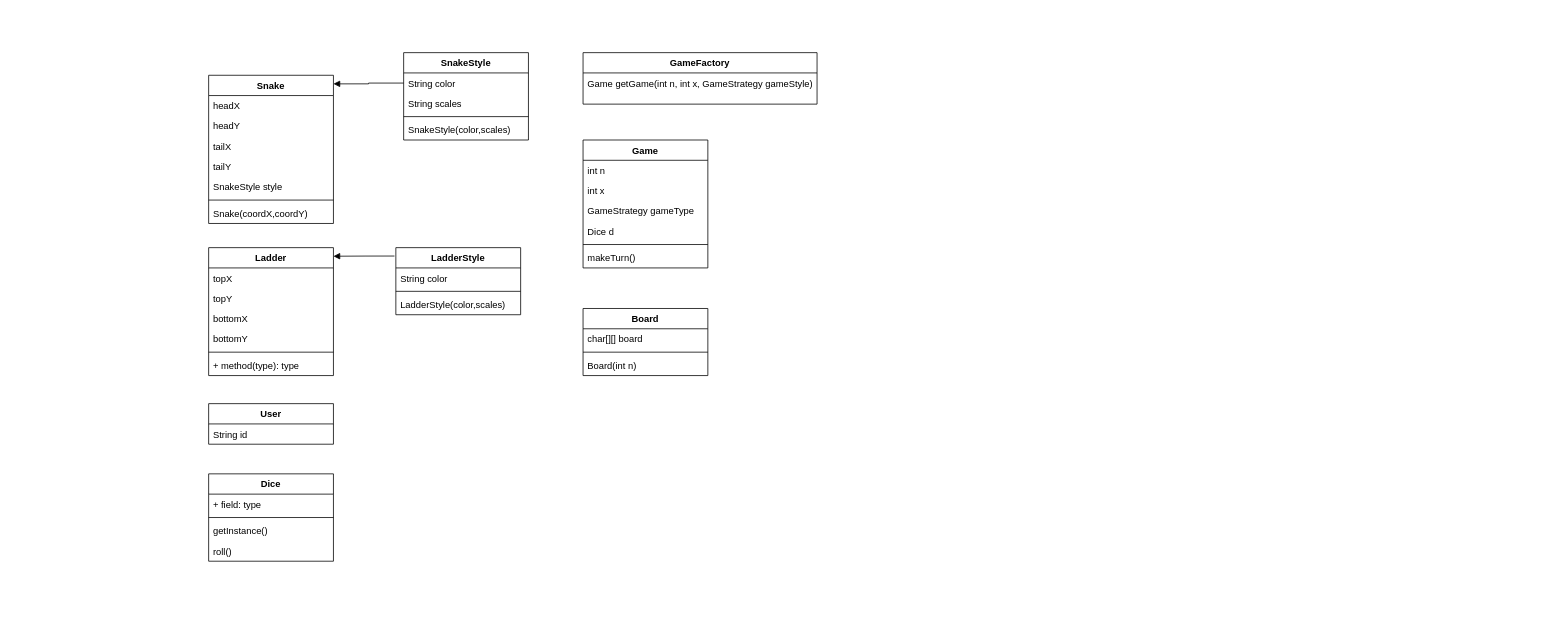
Above: Snakes_Ladders_LLD.drawio in akshat-code21/snakes_ladders (draw.io), before the change. Source tidied: cells renumbered, new cells numbered last; positions are measured from the earlier drawing's top-left corner, leaving out a move shared by most shapes. Both pictures are drawn from the tidied source at 78%, with x=0, y=0 at pixel (208, 52).
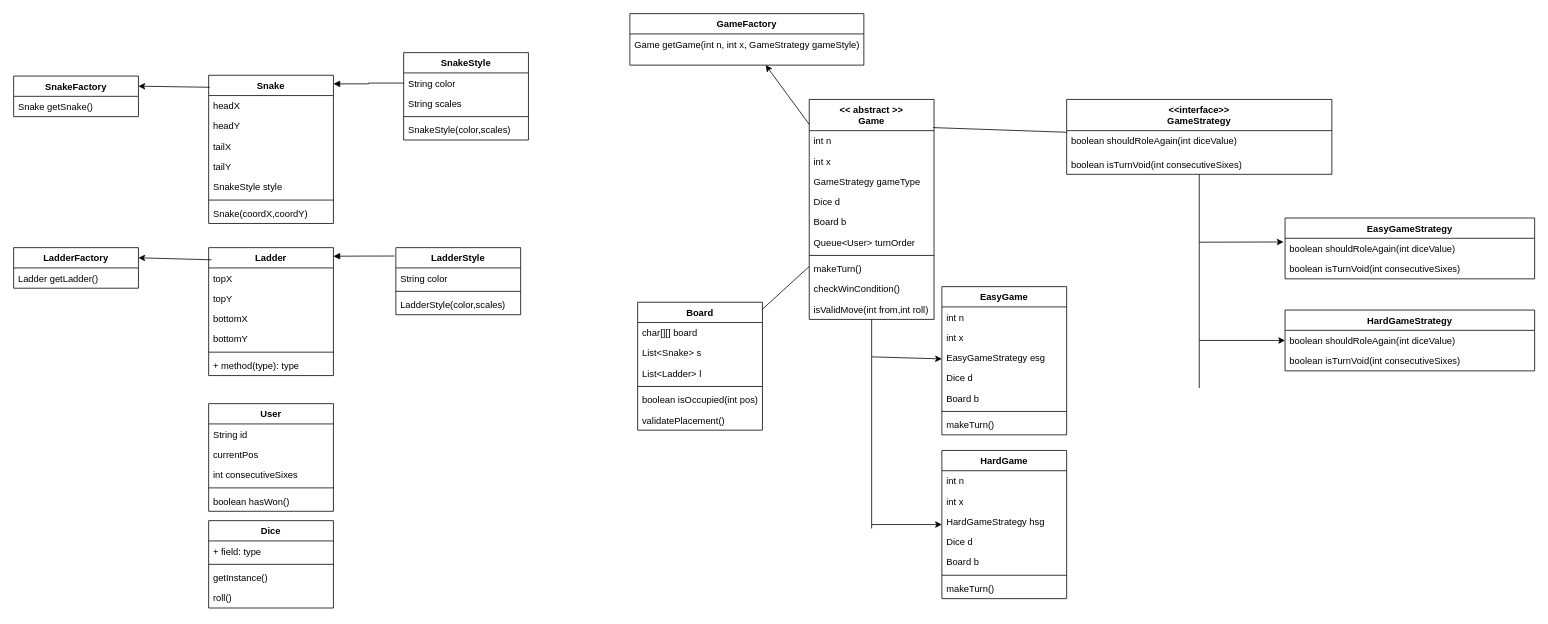
After the change.

Unchanged cells that the change refers to:
```xml
<mxCell id="15" value="Snake" style="swimlane;fontStyle=1;align=center;verticalAlign=top;horizontal=1;startSize=26;whiteSpace=wrap;html=1;" parent="1" vertex="1">
  <mxGeometry y="29" width="160" height="190" as="geometry" />
</mxCell>
<mxCell id="23" value="Ladder" style="swimlane;fontStyle=1;align=center;verticalAlign=top;horizontal=1;startSize=26;whiteSpace=wrap;html=1;" parent="1" vertex="1">
  <mxGeometry y="250" width="160" height="164" as="geometry" />
</mxCell>
```

The edit, as a diff of the source:
```diff
@@
-    <mxCell id="2" value="User" style="swimlane;fontStyle=1;align=center;verticalAlign=top;horizontal=1;startSize=26;whiteSpace=wrap;html=1;" parent="1" vertex="1">
-      <mxGeometry y="450" width="160" height="52" as="geometry" />
-    </mxCell>
-    <mxCell id="3" value="String id" style="text;strokeColor=none;fillColor=none;align=left;verticalAlign=top;spacingLeft=4;spacingRight=4;overflow=hidden;whiteSpace=wrap;html=1;" parent="2" vertex="1">
-      <mxGeometry y="26" width="160" height="26" as="geometry" />
-    </mxCell>
     <mxCell id="4" value="Board" style="swimlane;fontStyle=1;align=center;verticalAlign=top;horizontal=1;startSize=26;whiteSpace=wrap;html=1;" parent="1" vertex="1">
-      <mxGeometry x="480" y="328" width="160" height="86" as="geometry" />
+      <mxGeometry x="550" y="320" width="160" height="164" as="geometry" />
     </mxCell>
@@
+    <mxCell id="48" value="List&amp;lt;Snake&amp;gt; s" style="text;strokeColor=none;fillColor=none;align=left;verticalAlign=top;spacingLeft=4;spacingRight=4;overflow=hidden;whiteSpace=wrap;html=1;" parent="4" vertex="1">
+      <mxGeometry y="52" width="160" height="26" as="geometry" />
+    </mxCell>
+    <mxCell id="49" value="List&amp;lt;Ladder&amp;gt; l" style="text;strokeColor=none;fillColor=none;align=left;verticalAlign=top;spacingLeft=4;spacingRight=4;overflow=hidden;whiteSpace=wrap;html=1;" parent="4" vertex="1">
+      <mxGeometry y="78" width="160" height="26" as="geometry" />
+    </mxCell>
     <mxCell id="6" style="line;strokeWidth=1;fillColor=none;align=left;verticalAlign=middle;spacingTop=-1;spacingLeft=3;spacingRight=3;labelPosition=right;strokeColor=inherit;" parent="4" vertex="1">
-      <mxGeometry y="52" width="160" height="8" as="geometry" />
+      <mxGeometry y="104" width="160" height="8" as="geometry" />
     </mxCell>
-    <mxCell id="7" value="Board(int n)" style="text;strokeColor=none;fillColor=none;align=left;verticalAlign=top;spacingLeft=4;spacingRight=4;overflow=hidden;whiteSpace=wrap;html=1;" parent="4" vertex="1">
-      <mxGeometry y="60" width="160" height="26" as="geometry" />
+    <mxCell id="7" value="boolean isOccupied(int pos)" style="text;strokeColor=none;fillColor=none;align=left;verticalAlign=top;spacingLeft=4;spacingRight=4;overflow=hidden;whiteSpace=wrap;html=1;" parent="4" vertex="1">
+      <mxGeometry y="112" width="160" height="26" as="geometry" />
     </mxCell>
+    <mxCell id="50" value="validatePlacement()" style="text;strokeColor=none;fillColor=none;align=left;verticalAlign=top;spacingLeft=4;spacingRight=4;overflow=hidden;whiteSpace=wrap;html=1;" parent="4" vertex="1">
+      <mxGeometry y="138" width="160" height="26" as="geometry" />
+    </mxCell>
-    <mxCell id="8" value="Game" style="swimlane;fontStyle=1;align=center;verticalAlign=top;horizontal=1;startSize=26;whiteSpace=wrap;html=1;" parent="1" vertex="1">
-      <mxGeometry x="480" y="112" width="160" height="164" as="geometry" />
+    <mxCell id="8" value="&amp;lt;&amp;lt; abstract &amp;gt;&amp;gt;&lt;div&gt;Game&lt;/div&gt;" style="swimlane;fontStyle=1;align=center;verticalAlign=top;horizontal=1;startSize=40;whiteSpace=wrap;html=1;" parent="1" vertex="1">
+      <mxGeometry x="770" y="60" width="160" height="282" as="geometry" />
     </mxCell>
     <mxCell id="9" value="int n&lt;div&gt;&lt;br&gt;&lt;/div&gt;" style="text;strokeColor=none;fillColor=none;align=left;verticalAlign=top;spacingLeft=4;spacingRight=4;overflow=hidden;whiteSpace=wrap;html=1;" parent="8" vertex="1">
-      <mxGeometry y="26" width="160" height="26" as="geometry" />
+      <mxGeometry y="40" width="160" height="26" as="geometry" />
     </mxCell>
     <mxCell id="10" value="int x" style="text;strokeColor=none;fillColor=none;align=left;verticalAlign=top;spacingLeft=4;spacingRight=4;overflow=hidden;whiteSpace=wrap;html=1;" parent="8" vertex="1">
-      <mxGeometry y="52" width="160" height="26" as="geometry" />
+      <mxGeometry y="66" width="160" height="26" as="geometry" />
     </mxCell>
     <mxCell id="11" value="GameStrategy gameType" style="text;strokeColor=none;fillColor=none;align=left;verticalAlign=top;spacingLeft=4;spacingRight=4;overflow=hidden;whiteSpace=wrap;html=1;" parent="8" vertex="1">
-      <mxGeometry y="78" width="160" height="26" as="geometry" />
+      <mxGeometry y="92" width="160" height="26" as="geometry" />
     </mxCell>
     <mxCell id="12" value="Dice d" style="text;strokeColor=none;fillColor=none;align=left;verticalAlign=top;spacingLeft=4;spacingRight=4;overflow=hidden;whiteSpace=wrap;html=1;" parent="8" vertex="1">
-      <mxGeometry y="104" width="160" height="26" as="geometry" />
+      <mxGeometry y="118" width="160" height="26" as="geometry" />
     </mxCell>
+    <mxCell id="51" value="Board b" style="text;strokeColor=none;fillColor=none;align=left;verticalAlign=top;spacingLeft=4;spacingRight=4;overflow=hidden;whiteSpace=wrap;html=1;" parent="8" vertex="1">
+      <mxGeometry y="144" width="160" height="26" as="geometry" />
+    </mxCell>
+    <mxCell id="52" value="Queue&amp;lt;User&amp;gt; turnOrder" style="text;strokeColor=none;fillColor=none;align=left;verticalAlign=top;spacingLeft=4;spacingRight=4;overflow=hidden;whiteSpace=wrap;html=1;" parent="8" vertex="1">
+      <mxGeometry y="170" width="160" height="26" as="geometry" />
+    </mxCell>
     <mxCell id="13" style="line;strokeWidth=1;fillColor=none;align=left;verticalAlign=middle;spacingTop=-1;spacingLeft=3;spacingRight=3;labelPosition=right;strokeColor=inherit;" parent="8" vertex="1">
-      <mxGeometry y="130" width="160" height="8" as="geometry" />
+      <mxGeometry y="196" width="160" height="8" as="geometry" />
     </mxCell>
     <mxCell id="14" value="makeTurn()" style="text;strokeColor=none;fillColor=none;align=left;verticalAlign=top;spacingLeft=4;spacingRight=4;overflow=hidden;whiteSpace=wrap;html=1;" parent="8" vertex="1">
-      <mxGeometry y="138" width="160" height="26" as="geometry" />
+      <mxGeometry y="204" width="160" height="26" as="geometry" />
     </mxCell>
+    <mxCell id="53" value="checkWinCondition()" style="text;strokeColor=none;fillColor=none;align=left;verticalAlign=top;spacingLeft=4;spacingRight=4;overflow=hidden;whiteSpace=wrap;html=1;" parent="8" vertex="1">
+      <mxGeometry y="230" width="160" height="26" as="geometry" />
+    </mxCell>
+    <mxCell id="54" value="isValidMove(int from,int roll)" style="text;strokeColor=none;fillColor=none;align=left;verticalAlign=top;spacingLeft=4;spacingRight=4;overflow=hidden;whiteSpace=wrap;html=1;" parent="8" vertex="1">
+      <mxGeometry y="256" width="160" height="26" as="geometry" />
+    </mxCell>
@@
     <mxCell id="41" value="Dice" style="swimlane;fontStyle=1;align=center;verticalAlign=top;horizontal=1;startSize=26;whiteSpace=wrap;html=1;" parent="1" vertex="1">
-      <mxGeometry y="540" width="160" height="112" as="geometry" />
+      <mxGeometry y="600" width="160" height="112" as="geometry" />
     </mxCell>
@@
     <mxCell id="46" value="GameFactory" style="swimlane;fontStyle=1;align=center;verticalAlign=top;horizontal=1;startSize=26;whiteSpace=wrap;html=1;" parent="1" vertex="1">
-      <mxGeometry x="480" width="300" height="66" as="geometry" />
+      <mxGeometry x="540" y="-50" width="300" height="66" as="geometry" />
     </mxCell>
@@
+    <mxCell id="55" value="LadderFactory" style="swimlane;fontStyle=1;align=center;verticalAlign=top;horizontal=1;startSize=26;whiteSpace=wrap;html=1;" parent="1" vertex="1">
+      <mxGeometry x="-250" y="250" width="160" height="52" as="geometry" />
+    </mxCell>
+    <mxCell id="56" value="Ladder getLadder()" style="text;strokeColor=none;fillColor=none;align=left;verticalAlign=top;spacingLeft=4;spacingRight=4;overflow=hidden;whiteSpace=wrap;html=1;" parent="55" vertex="1">
+      <mxGeometry y="26" width="160" height="26" as="geometry" />
+    </mxCell>
+    <mxCell id="57" style="edgeStyle=none;jettySize=auto;html=1;rounded=0;entryX=1;entryY=0.25;entryDx=0;entryDy=0;exitX=0.024;exitY=0.095;exitDx=0;exitDy=0;exitPerimeter=0;" parent="1" edge="1" source="23" target="55">
+      <mxGeometry relative="1" as="geometry" />
+    </mxCell>
+    <mxCell id="58" value="SnakeFactory" style="swimlane;fontStyle=1;align=center;verticalAlign=top;horizontal=1;startSize=26;whiteSpace=wrap;html=1;" parent="1" vertex="1">
+      <mxGeometry x="-250" y="30" width="160" height="52" as="geometry" />
+    </mxCell>
+    <mxCell id="59" value="Snake getSnake()" style="text;strokeColor=none;fillColor=none;align=left;verticalAlign=top;spacingLeft=4;spacingRight=4;overflow=hidden;whiteSpace=wrap;html=1;" parent="58" vertex="1">
+      <mxGeometry y="26" width="160" height="26" as="geometry" />
+    </mxCell>
+    <mxCell id="60" style="edgeStyle=none;jettySize=auto;html=1;rounded=0;entryX=1;entryY=0.25;entryDx=0;entryDy=0;exitX=0.009;exitY=0.081;exitDx=0;exitDy=0;exitPerimeter=0;" parent="1" edge="1" source="15" target="58">
+      <mxGeometry relative="1" as="geometry" />
+    </mxCell>
+    <mxCell id="61" value="&amp;lt;&amp;lt;interface&amp;gt;&amp;gt;&lt;div&gt;GameStrategy&lt;/div&gt;" style="swimlane;fontStyle=1;align=center;verticalAlign=top;horizontal=1;startSize=40;whiteSpace=wrap;html=1;" parent="1" vertex="1">
+      <mxGeometry x="1100" y="60" width="340" height="96" as="geometry" />
+    </mxCell>
+    <mxCell id="62" value="boolean shouldRoleAgain(int diceValue)" style="text;strokeColor=none;fillColor=none;align=left;verticalAlign=top;spacingLeft=4;spacingRight=4;overflow=hidden;whiteSpace=wrap;html=1;" parent="61" vertex="1">
+      <mxGeometry y="40" width="340" height="30" as="geometry" />
+    </mxCell>
+    <mxCell id="63" value="boolean isTurnVoid(int consecutiveSixes)" style="text;strokeColor=none;fillColor=none;align=left;verticalAlign=top;spacingLeft=4;spacingRight=4;overflow=hidden;whiteSpace=wrap;html=1;" parent="61" vertex="1">
+      <mxGeometry y="70" width="340" height="26" as="geometry" />
+    </mxCell>
+    <mxCell id="64" value="EasyGameStrategy" style="swimlane;fontStyle=1;align=center;verticalAlign=top;horizontal=1;startSize=26;whiteSpace=wrap;html=1;" parent="1" vertex="1">
+      <mxGeometry x="1380" y="212" width="320" height="78" as="geometry" />
+    </mxCell>
+    <mxCell id="65" value="boolean shouldRoleAgain(int diceValue)" style="text;strokeColor=none;fillColor=none;align=left;verticalAlign=top;spacingLeft=4;spacingRight=4;overflow=hidden;whiteSpace=wrap;html=1;" parent="64" vertex="1">
+      <mxGeometry y="26" width="320" height="26" as="geometry" />
+    </mxCell>
+    <mxCell id="66" value="boolean isTurnVoid(int consecutiveSixes)" style="text;strokeColor=none;fillColor=none;align=left;verticalAlign=top;spacingLeft=4;spacingRight=4;overflow=hidden;whiteSpace=wrap;html=1;" parent="64" vertex="1">
+      <mxGeometry y="52" width="320" height="26" as="geometry" />
+    </mxCell>
+    <mxCell id="67" value="HardGameStrategy" style="swimlane;fontStyle=1;align=center;verticalAlign=top;horizontal=1;startSize=26;whiteSpace=wrap;html=1;" parent="1" vertex="1">
+      <mxGeometry x="1380" y="330" width="320" height="78" as="geometry" />
+    </mxCell>
+    <mxCell id="68" value="boolean shouldRoleAgain(int diceValue)" style="text;strokeColor=none;fillColor=none;align=left;verticalAlign=top;spacingLeft=4;spacingRight=4;overflow=hidden;whiteSpace=wrap;html=1;" parent="67" vertex="1">
+      <mxGeometry y="26" width="320" height="26" as="geometry" />
+    </mxCell>
+    <mxCell id="69" value="boolean isTurnVoid(int consecutiveSixes)" style="text;strokeColor=none;fillColor=none;align=left;verticalAlign=top;spacingLeft=4;spacingRight=4;overflow=hidden;whiteSpace=wrap;html=1;" parent="67" vertex="1">
+      <mxGeometry y="52" width="320" height="26" as="geometry" />
+    </mxCell>
+    <mxCell id="70" style="edgeStyle=none;jettySize=auto;html=1;rounded=0;" parent="1" edge="1" target="67">
+      <mxGeometry relative="1" as="geometry">
+        <mxPoint x="1270" y="369" as="sourcePoint" />
+      </mxGeometry>
+    </mxCell>
+    <mxCell id="71" style="edgeStyle=none;jettySize=auto;html=1;rounded=0;shape=wire;endArrow=none;endFill=0;" parent="1" edge="1" source="61">
+      <mxGeometry relative="1" as="geometry">
+        <mxPoint x="1270" y="430" as="targetPoint" />
+      </mxGeometry>
+    </mxCell>
+    <mxCell id="72" style="edgeStyle=none;jettySize=auto;html=1;rounded=0;exitX=0.992;exitY=0.128;exitDx=0;exitDy=0;exitPerimeter=0;endArrow=none;endFill=0;" parent="1" edge="1" source="8" target="61">
+      <mxGeometry relative="1" as="geometry" />
+    </mxCell>
+    <mxCell id="73" style="edgeStyle=none;jettySize=auto;html=1;rounded=0;" parent="1" edge="1" source="8" target="46">
+      <mxGeometry relative="1" as="geometry" />
+    </mxCell>
+    <mxCell id="74" style="edgeStyle=none;jettySize=auto;html=1;rounded=0;entryX=-0.006;entryY=0.394;entryDx=0;entryDy=0;entryPerimeter=0;" parent="1" edge="1" target="64">
+      <mxGeometry relative="1" as="geometry">
+        <mxPoint x="1270" y="243" as="sourcePoint" />
+      </mxGeometry>
+    </mxCell>
+    <mxCell id="75" value="EasyGame" style="swimlane;fontStyle=1;align=center;verticalAlign=top;horizontal=1;startSize=26;whiteSpace=wrap;html=1;" parent="1" vertex="1">
+      <mxGeometry x="940" y="300" width="160" height="190" as="geometry" />
+    </mxCell>
+    <mxCell id="76" value="int n" style="text;strokeColor=none;fillColor=none;align=left;verticalAlign=top;spacingLeft=4;spacingRight=4;overflow=hidden;whiteSpace=wrap;html=1;" parent="75" vertex="1">
+      <mxGeometry y="26" width="160" height="26" as="geometry" />
+    </mxCell>
+    <mxCell id="77" value="int x" style="text;strokeColor=none;fillColor=none;align=left;verticalAlign=top;spacingLeft=4;spacingRight=4;overflow=hidden;whiteSpace=wrap;html=1;" parent="75" vertex="1">
+      <mxGeometry y="52" width="160" height="26" as="geometry" />
+    </mxCell>
+    <mxCell id="78" value="EasyGameStrategy esg" style="text;strokeColor=none;fillColor=none;align=left;verticalAlign=top;spacingLeft=4;spacingRight=4;overflow=hidden;whiteSpace=wrap;html=1;" parent="75" vertex="1">
+      <mxGeometry y="78" width="160" height="26" as="geometry" />
+    </mxCell>
+    <mxCell id="79" value="Dice d" style="text;strokeColor=none;fillColor=none;align=left;verticalAlign=top;spacingLeft=4;spacingRight=4;overflow=hidden;whiteSpace=wrap;html=1;" parent="75" vertex="1">
+      <mxGeometry y="104" width="160" height="26" as="geometry" />
+    </mxCell>
+    <mxCell id="80" value="Board b" style="text;strokeColor=none;fillColor=none;align=left;verticalAlign=top;spacingLeft=4;spacingRight=4;overflow=hidden;whiteSpace=wrap;html=1;" parent="75" vertex="1">
+      <mxGeometry y="130" width="160" height="26" as="geometry" />
+    </mxCell>
+    <mxCell id="81" style="line;strokeWidth=1;fillColor=none;align=left;verticalAlign=middle;spacingTop=-1;spacingLeft=3;spacingRight=3;labelPosition=right;strokeColor=inherit;" parent="75" vertex="1">
+      <mxGeometry y="156" width="160" height="8" as="geometry" />
+    </mxCell>
+    <mxCell id="82" value="makeTurn()" style="text;strokeColor=none;fillColor=none;align=left;verticalAlign=top;spacingLeft=4;spacingRight=4;overflow=hidden;whiteSpace=wrap;html=1;" parent="75" vertex="1">
+      <mxGeometry y="164" width="160" height="26" as="geometry" />
+    </mxCell>
+    <mxCell id="83" value="HardGame" style="swimlane;fontStyle=1;align=center;verticalAlign=top;horizontal=1;startSize=26;whiteSpace=wrap;html=1;" parent="1" vertex="1">
+      <mxGeometry x="940" y="510" width="160" height="190" as="geometry" />
+    </mxCell>
+    <mxCell id="84" value="int n" style="text;strokeColor=none;fillColor=none;align=left;verticalAlign=top;spacingLeft=4;spacingRight=4;overflow=hidden;whiteSpace=wrap;html=1;" parent="83" vertex="1">
+      <mxGeometry y="26" width="160" height="26" as="geometry" />
+    </mxCell>
+    <mxCell id="85" value="int x" style="text;strokeColor=none;fillColor=none;align=left;verticalAlign=top;spacingLeft=4;spacingRight=4;overflow=hidden;whiteSpace=wrap;html=1;" parent="83" vertex="1">
+      <mxGeometry y="52" width="160" height="26" as="geometry" />
+    </mxCell>
+    <mxCell id="86" value="HardGameStrategy hsg" style="text;strokeColor=none;fillColor=none;align=left;verticalAlign=top;spacingLeft=4;spacingRight=4;overflow=hidden;whiteSpace=wrap;html=1;" parent="83" vertex="1">
+      <mxGeometry y="78" width="160" height="26" as="geometry" />
+    </mxCell>
+    <mxCell id="87" value="Dice d" style="text;strokeColor=none;fillColor=none;align=left;verticalAlign=top;spacingLeft=4;spacingRight=4;overflow=hidden;whiteSpace=wrap;html=1;" parent="83" vertex="1">
+      <mxGeometry y="104" width="160" height="26" as="geometry" />
+    </mxCell>
+    <mxCell id="88" value="Board b" style="text;strokeColor=none;fillColor=none;align=left;verticalAlign=top;spacingLeft=4;spacingRight=4;overflow=hidden;whiteSpace=wrap;html=1;" parent="83" vertex="1">
+      <mxGeometry y="130" width="160" height="26" as="geometry" />
+    </mxCell>
+    <mxCell id="89" style="line;strokeWidth=1;fillColor=none;align=left;verticalAlign=middle;spacingTop=-1;spacingLeft=3;spacingRight=3;labelPosition=right;strokeColor=inherit;" parent="83" vertex="1">
+      <mxGeometry y="156" width="160" height="8" as="geometry" />
+    </mxCell>
+    <mxCell id="90" value="makeTurn()" style="text;strokeColor=none;fillColor=none;align=left;verticalAlign=top;spacingLeft=4;spacingRight=4;overflow=hidden;whiteSpace=wrap;html=1;" parent="83" vertex="1">
+      <mxGeometry y="164" width="160" height="26" as="geometry" />
+    </mxCell>
+    <mxCell id="91" style="edgeStyle=none;jettySize=auto;html=1;rounded=0;endArrow=none;endFill=0;" parent="1" edge="1" source="8">
+      <mxGeometry relative="1" as="geometry">
+        <mxPoint x="850" y="610" as="targetPoint" />
+      </mxGeometry>
+    </mxCell>
+    <mxCell id="92" style="edgeStyle=none;jettySize=auto;html=1;rounded=0;" parent="1" edge="1" target="75">
+      <mxGeometry relative="1" as="geometry">
+        <mxPoint x="850" y="390" as="sourcePoint" />
+      </mxGeometry>
+    </mxCell>
+    <mxCell id="93" style="edgeStyle=none;jettySize=auto;html=1;rounded=0;" parent="1" edge="1" target="83">
+      <mxGeometry relative="1" as="geometry">
+        <mxPoint x="850" y="605" as="sourcePoint" />
+      </mxGeometry>
+    </mxCell>
+    <mxCell id="94" style="edgeStyle=none;jettySize=auto;html=1;rounded=0;endArrow=none;endFill=0;" parent="1" edge="1" source="4" target="8">
+      <mxGeometry relative="1" as="geometry" />
+    </mxCell>
+    <mxCell id="2" value="User" style="swimlane;fontStyle=1;align=center;verticalAlign=top;horizontal=1;startSize=26;whiteSpace=wrap;html=1;" parent="1" vertex="1">
+      <mxGeometry y="450" width="160" height="138" as="geometry" />
+    </mxCell>
+    <mxCell id="3" value="String id" style="text;strokeColor=none;fillColor=none;align=left;verticalAlign=top;spacingLeft=4;spacingRight=4;overflow=hidden;whiteSpace=wrap;html=1;" parent="2" vertex="1">
+      <mxGeometry y="26" width="160" height="26" as="geometry" />
+    </mxCell>
+    <mxCell id="95" value="currentPos" style="text;strokeColor=none;fillColor=none;align=left;verticalAlign=top;spacingLeft=4;spacingRight=4;overflow=hidden;whiteSpace=wrap;html=1;" parent="2" vertex="1">
+      <mxGeometry y="52" width="160" height="26" as="geometry" />
+    </mxCell>
+    <mxCell id="96" value="int consecutiveSixes" style="text;strokeColor=none;fillColor=none;align=left;verticalAlign=top;spacingLeft=4;spacingRight=4;overflow=hidden;whiteSpace=wrap;html=1;" parent="2" vertex="1">
+      <mxGeometry y="78" width="160" height="26" as="geometry" />
+    </mxCell>
+    <mxCell id="97" style="line;strokeWidth=1;fillColor=none;align=left;verticalAlign=middle;spacingTop=-1;spacingLeft=3;spacingRight=3;labelPosition=right;strokeColor=inherit;" parent="2" vertex="1">
+      <mxGeometry y="104" width="160" height="8" as="geometry" />
+    </mxCell>
+    <mxCell id="98" value="boolean hasWon()" style="text;strokeColor=none;fillColor=none;align=left;verticalAlign=top;spacingLeft=4;spacingRight=4;overflow=hidden;whiteSpace=wrap;html=1;" parent="2" vertex="1">
+      <mxGeometry y="112" width="160" height="26" as="geometry" />
+    </mxCell>
```
